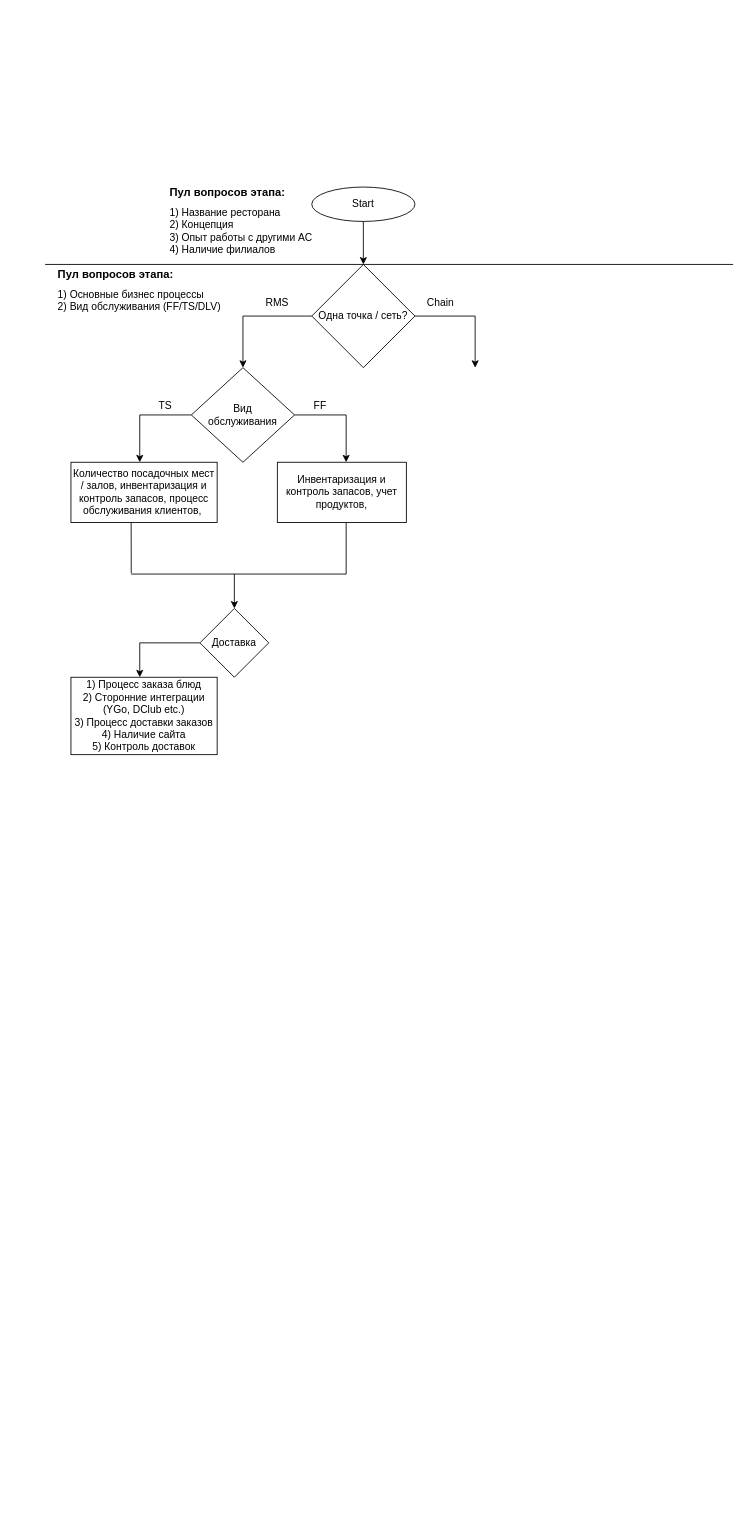
This is Диаграмма без названия.drawio from Luckybuzzzz/multibit, a draw.io file, before an edit. Source tidied: cells renumbered, new cells numbered last; positions are measured from the earlier drawing's top-left corner, leaving out a move shared by most shapes. Both pictures are drawn from the tidied source at 86%, with x=0, y=0 at pixel (45, 187).
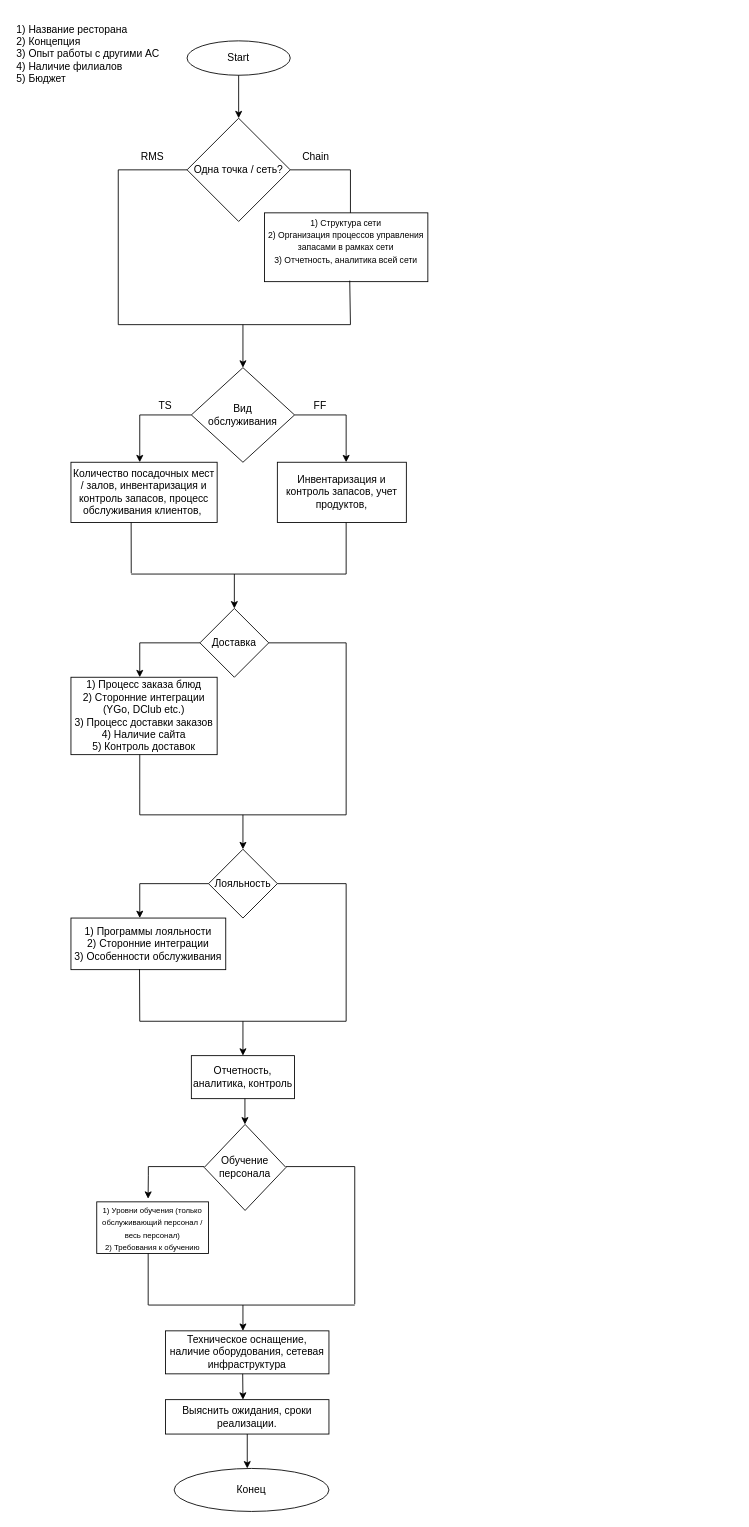
The same diagram, later.

Unchanged cells that the change refers to:
```xml
<mxCell id="10" value="Вид&lt;br&gt;обслуживания" style="rhombus;whiteSpace=wrap;html=1;" parent="1" vertex="1">
  <mxGeometry x="170" y="210" width="120" height="110" as="geometry" />
</mxCell>
<mxCell id="23" value="Доставка" style="rhombus;whiteSpace=wrap;html=1;" parent="1" vertex="1">
  <mxGeometry x="180" y="490" width="80" height="80" as="geometry" />
</mxCell>
```

What changed in the source:
```diff
@@
     <mxCell id="2" value="Start" style="ellipse;whiteSpace=wrap;html=1;" parent="1" vertex="1">
-      <mxGeometry x="310" width="120" height="40" as="geometry" />
+      <mxGeometry x="165" y="-170" width="120" height="40" as="geometry" />
     </mxCell>
@@
     <mxCell id="4" value="Одна точка / сеть?" style="rhombus;whiteSpace=wrap;html=1;" parent="1" vertex="1">
-      <mxGeometry x="310" y="90" width="120" height="120" as="geometry" />
+      <mxGeometry x="165" y="-80" width="120" height="120" as="geometry" />
     </mxCell>
     <mxCell id="5" style="endArrow=classic;html=1;rounded=0;exitX=1;exitY=0.5;exitDx=0;exitDy=0;" parent="1" edge="1" source="4">
       <mxGeometry relative="1" as="geometry">
-        <mxPoint x="500" y="210" as="targetPoint" />
+        <mxPoint x="355" y="40" as="targetPoint" />
         <Array as="points">
-          <mxPoint x="500" y="150" />
+          <mxPoint x="355" y="-20" />
         </Array>
       </mxGeometry>
     </mxCell>
-    <mxCell id="6" style="endArrow=classic;html=1;rounded=0;exitX=0;exitY=0.5;exitDx=0;exitDy=0;" parent="1" edge="1" source="4">
-      <mxGeometry relative="1" as="geometry">
-        <mxPoint x="230" y="210" as="targetPoint" />
-        <Array as="points">
-          <mxPoint x="230" y="150" />
-        </Array>
-      </mxGeometry>
-    </mxCell>
     <mxCell id="7" value="RMS" style="text;html=1;strokeColor=none;fillColor=none;align=center;verticalAlign=middle;whiteSpace=wrap;rounded=0;" parent="1" vertex="1">
-      <mxGeometry x="240" y="120" width="60" height="30" as="geometry" />
+      <mxGeometry x="95" y="-50" width="60" height="30" as="geometry" />
     </mxCell>
     <mxCell id="8" value="Chain" style="text;html=1;strokeColor=none;fillColor=none;align=center;verticalAlign=middle;whiteSpace=wrap;rounded=0;" parent="1" vertex="1">
-      <mxGeometry x="430" y="120" width="60" height="30" as="geometry" />
+      <mxGeometry x="285" y="-50" width="60" height="30" as="geometry" />
     </mxCell>
@@
-    <mxCell id="13" value="&lt;h1 style=&quot;font-size: 13px;&quot;&gt;Пул вопросов этапа:&lt;/h1&gt;&lt;div&gt;1) Название ресторана&lt;/div&gt;&lt;div&gt;2) Концепция&lt;/div&gt;&lt;div&gt;3) Опыт работы с другими АС&lt;/div&gt;&lt;div&gt;4) Наличие филиалов&lt;/div&gt;" style="text;html=1;strokeColor=none;fillColor=none;spacing=5;spacingTop=-20;whiteSpace=wrap;overflow=hidden;rounded=0;" parent="1" vertex="1">
-      <mxGeometry x="140" width="290" height="80" as="geometry" />
-    </mxCell>
-    <mxCell id="14" style="endArrow=none;html=1;rounded=0;" parent="1" edge="1">
-      <mxGeometry relative="1" as="geometry">
-        <mxPoint y="90" as="sourcePoint" />
-        <mxPoint x="800" y="90" as="targetPoint" />
-      </mxGeometry>
-    </mxCell>
-    <mxCell id="15" value="&lt;h1 style=&quot;font-size: 13px;&quot;&gt;Пул вопросов этапа:&lt;/h1&gt;&lt;div&gt;1) Основные бизнес процессы&lt;/div&gt;&lt;div&gt;2) Вид обслуживания (FF/TS/DLV)&lt;/div&gt;&lt;div&gt;&lt;br&gt;&lt;/div&gt;" style="text;html=1;strokeColor=none;fillColor=none;spacing=5;spacingTop=-20;whiteSpace=wrap;overflow=hidden;rounded=0;" parent="1" vertex="1">
-      <mxGeometry x="10" y="95" width="210" height="55" as="geometry" />
-    </mxCell>
@@
+    <mxCell id="26" style="endArrow=none;html=1;rounded=0;exitX=1;exitY=0.5;exitDx=0;exitDy=0;" parent="1" edge="1" source="23">
+      <mxGeometry relative="1" as="geometry">
+        <mxPoint x="350" y="730" as="targetPoint" />
+        <Array as="points">
+          <mxPoint x="350" y="530" />
+        </Array>
+      </mxGeometry>
+    </mxCell>
+    <mxCell id="27" style="endArrow=none;html=1;rounded=0;exitX=0.5;exitY=1;exitDx=0;exitDy=0;" parent="1" edge="1">
+      <mxGeometry relative="1" as="geometry">
+        <mxPoint x="110" y="660" as="sourcePoint" />
+        <mxPoint x="110" y="730" as="targetPoint" />
+        <Array as="points">
+          <mxPoint x="110" y="700" />
+        </Array>
+      </mxGeometry>
+    </mxCell>
+    <mxCell id="28" style="endArrow=none;html=1;rounded=0;" parent="1" edge="1">
+      <mxGeometry relative="1" as="geometry">
+        <mxPoint x="110" y="730" as="sourcePoint" />
+        <mxPoint x="350" y="730" as="targetPoint" />
+      </mxGeometry>
+    </mxCell>
+    <mxCell id="29" style="endArrow=classic;html=1;rounded=0;" parent="1" edge="1">
+      <mxGeometry relative="1" as="geometry">
+        <mxPoint x="230" y="730" as="sourcePoint" />
+        <mxPoint x="230" y="770" as="targetPoint" />
+      </mxGeometry>
+    </mxCell>
+    <mxCell id="30" value="Лояльность" style="rhombus;whiteSpace=wrap;html=1;" parent="1" vertex="1">
+      <mxGeometry x="190" y="770" width="80" height="80" as="geometry" />
+    </mxCell>
+    <mxCell id="31" style="endArrow=classic;html=1;rounded=0;exitX=0;exitY=0.5;exitDx=0;exitDy=0;" parent="1" edge="1" source="30">
+      <mxGeometry relative="1" as="geometry">
+        <mxPoint x="110" y="850" as="targetPoint" />
+        <Array as="points">
+          <mxPoint x="110" y="810" />
+        </Array>
+      </mxGeometry>
+    </mxCell>
+    <mxCell id="32" value="1) Программы лояльности&lt;br&gt;2) Сторонние интеграции&lt;br&gt;3) Особенности обслуживания" style="rounded=0;whiteSpace=wrap;html=1;" parent="1" vertex="1">
+      <mxGeometry x="30" y="850" width="180" height="60" as="geometry" />
+    </mxCell>
+    <mxCell id="33" style="endArrow=none;html=1;rounded=0;exitX=1;exitY=0.5;exitDx=0;exitDy=0;" parent="1" edge="1">
+      <mxGeometry relative="1" as="geometry">
+        <mxPoint x="270" y="810" as="sourcePoint" />
+        <mxPoint x="350" y="970" as="targetPoint" />
+        <Array as="points">
+          <mxPoint x="350" y="810" />
+        </Array>
+      </mxGeometry>
+    </mxCell>
+    <mxCell id="34" style="endArrow=none;html=1;rounded=0;" parent="1" edge="1">
+      <mxGeometry relative="1" as="geometry">
+        <mxPoint x="110" y="970" as="sourcePoint" />
+        <mxPoint x="350" y="970" as="targetPoint" />
+      </mxGeometry>
+    </mxCell>
+    <mxCell id="35" style="endArrow=none;html=1;rounded=0;entryX=0.443;entryY=0.989;entryDx=0;entryDy=0;entryPerimeter=0;" parent="1" edge="1" target="32">
+      <mxGeometry relative="1" as="geometry">
+        <mxPoint x="110" y="970" as="sourcePoint" />
+      </mxGeometry>
+    </mxCell>
+    <mxCell id="36" style="endArrow=classic;html=1;rounded=0;" parent="1" edge="1">
+      <mxGeometry relative="1" as="geometry">
+        <mxPoint x="230" y="970" as="sourcePoint" />
+        <mxPoint x="230" y="1010" as="targetPoint" />
+      </mxGeometry>
+    </mxCell>
+    <mxCell id="37" value="Отчетность, аналитика, контроль" style="rounded=0;whiteSpace=wrap;html=1;" parent="1" vertex="1">
+      <mxGeometry x="170" y="1010" width="120" height="50" as="geometry" />
+    </mxCell>
+    <mxCell id="38" style="edgeStyle=orthogonalEdgeStyle;rounded=0;orthogonalLoop=1;jettySize=auto;html=1;exitX=0.5;exitY=1;exitDx=0;exitDy=0;" parent="1" edge="1" source="37" target="37">
+      <mxGeometry relative="1" as="geometry" />
+    </mxCell>
+    <mxCell id="39" style="endArrow=classic;html=1;rounded=0;exitX=0.5;exitY=1;exitDx=0;exitDy=0;" parent="1" edge="1">
+      <mxGeometry relative="1" as="geometry">
+        <mxPoint x="232.3" y="1060" as="sourcePoint" />
+        <mxPoint x="232.3" y="1090" as="targetPoint" />
+      </mxGeometry>
+    </mxCell>
+    <mxCell id="40" value="Обучение персонала" style="rhombus;whiteSpace=wrap;html=1;" parent="1" vertex="1">
+      <mxGeometry x="185" y="1090" width="95" height="100" as="geometry" />
+    </mxCell>
+    <mxCell id="41" style="endArrow=classic;html=1;rounded=0;exitX=0;exitY=0.5;exitDx=0;exitDy=0;entryX=0.414;entryY=-0.044;entryDx=0;entryDy=0;entryPerimeter=0;" parent="1" edge="1">
+      <mxGeometry relative="1" as="geometry">
+        <mxPoint x="185" y="1139" as="sourcePoint" />
+        <mxPoint x="119.7" y="1176.4" as="targetPoint" />
+        <Array as="points">
+          <mxPoint x="120" y="1139" />
+          <mxPoint x="120" y="1149" />
+        </Array>
+      </mxGeometry>
+    </mxCell>
+    <mxCell id="42" value="&lt;font style=&quot;font-size: 9px;&quot;&gt;1) Уровни обучения (только обслуживающий персонал / весь персонал)&lt;br&gt;2) Требования к обучению&lt;br&gt;&lt;/font&gt;" style="rounded=0;whiteSpace=wrap;html=1;" parent="1" vertex="1">
+      <mxGeometry x="60" y="1180" width="130" height="60" as="geometry" />
+    </mxCell>
+    <mxCell id="43" style="endArrow=none;html=1;rounded=0;exitX=1;exitY=0.5;exitDx=0;exitDy=0;" parent="1" edge="1">
+      <mxGeometry relative="1" as="geometry">
+        <mxPoint x="280" y="1139" as="sourcePoint" />
+        <mxPoint x="360" y="1299" as="targetPoint" />
+        <Array as="points">
+          <mxPoint x="360" y="1139" />
+        </Array>
+      </mxGeometry>
+    </mxCell>
+    <mxCell id="44" style="endArrow=none;html=1;rounded=0;entryX=0.5;entryY=1;entryDx=0;entryDy=0;" parent="1" edge="1">
+      <mxGeometry relative="1" as="geometry">
+        <mxPoint x="119.8" y="1300" as="sourcePoint" />
+        <mxPoint x="119.8" y="1240" as="targetPoint" />
+      </mxGeometry>
+    </mxCell>
+    <mxCell id="45" style="endArrow=none;html=1;rounded=0;" parent="1" edge="1">
+      <mxGeometry relative="1" as="geometry">
+        <mxPoint x="360" y="1300" as="sourcePoint" />
+        <mxPoint x="120" y="1300" as="targetPoint" />
+      </mxGeometry>
+    </mxCell>
+    <mxCell id="46" style="endArrow=classic;html=1;rounded=0;" parent="1" edge="1">
+      <mxGeometry relative="1" as="geometry">
+        <mxPoint x="230" y="1300" as="sourcePoint" />
+        <mxPoint x="230" y="1330" as="targetPoint" />
+      </mxGeometry>
+    </mxCell>
+    <mxCell id="47" value="Техническое оснащение, наличие оборудования, сетевая инфраструктура" style="rounded=0;whiteSpace=wrap;html=1;" parent="1" vertex="1">
+      <mxGeometry x="140" y="1330" width="190" height="50" as="geometry" />
+    </mxCell>
+    <mxCell id="48" style="endArrow=classic;html=1;rounded=0;exitX=0.5;exitY=1;exitDx=0;exitDy=0;" parent="1" edge="1">
+      <mxGeometry relative="1" as="geometry">
+        <mxPoint x="229.7" y="1380" as="sourcePoint" />
+        <mxPoint x="230" y="1410" as="targetPoint" />
+      </mxGeometry>
+    </mxCell>
+    <mxCell id="49" value="Выяснить ожидания, сроки реализации." style="rounded=0;whiteSpace=wrap;html=1;" parent="1" vertex="1">
+      <mxGeometry x="140" y="1410" width="190" height="40" as="geometry" />
+    </mxCell>
+    <mxCell id="50" style="endArrow=classic;html=1;rounded=0;exitX=0.5;exitY=1;exitDx=0;exitDy=0;" parent="1" edge="1" source="49">
+      <mxGeometry relative="1" as="geometry">
+        <mxPoint x="235" y="1490" as="targetPoint" />
+      </mxGeometry>
+    </mxCell>
+    <mxCell id="51" value="Конец" style="ellipse;whiteSpace=wrap;html=1;" parent="1" vertex="1">
+      <mxGeometry x="150" y="1490" width="180" height="50" as="geometry" />
+    </mxCell>
+    <mxCell id="52" style="endArrow=none;html=1;rounded=0;entryX=0;entryY=0.5;entryDx=0;entryDy=0;" parent="1" edge="1" target="4">
+      <mxGeometry relative="1" as="geometry">
+        <mxPoint x="85" y="160" as="sourcePoint" />
+        <Array as="points">
+          <mxPoint x="85" y="-20" />
+        </Array>
+      </mxGeometry>
+    </mxCell>
+    <mxCell id="53" style="endArrow=none;html=1;rounded=0;" parent="1" edge="1">
+      <mxGeometry relative="1" as="geometry">
+        <mxPoint x="85" y="160" as="sourcePoint" />
+        <mxPoint x="355" y="160" as="targetPoint" />
+      </mxGeometry>
+    </mxCell>
+    <mxCell id="54" value="&lt;font size=&quot;1&quot;&gt;1) Структура сети&lt;br&gt;2) Организация процессов управления запасами в рамках сети&lt;br&gt;3) Отчетность, аналитика всей сети&lt;br&gt;&lt;br&gt;&lt;/font&gt;" style="rounded=0;whiteSpace=wrap;html=1;" parent="1" vertex="1">
+      <mxGeometry x="255" y="30" width="190" height="80" as="geometry" />
+    </mxCell>
+    <mxCell id="55" style="endArrow=classic;html=1;rounded=0;entryX=0.5;entryY=0;entryDx=0;entryDy=0;" parent="1" edge="1" target="10">
+      <mxGeometry relative="1" as="geometry">
+        <mxPoint x="230" y="160" as="sourcePoint" />
+      </mxGeometry>
+    </mxCell>
+    <mxCell id="56" style="endArrow=none;html=1;rounded=0;entryX=0.522;entryY=0.985;entryDx=0;entryDy=0;entryPerimeter=0;" parent="1" edge="1" target="54">
+      <mxGeometry relative="1" as="geometry">
+        <mxPoint x="355" y="160" as="sourcePoint" />
+      </mxGeometry>
+    </mxCell>
+    <mxCell id="57" value="&lt;div style=&quot;&quot;&gt;1) Название ресторана&lt;/div&gt;&lt;div&gt;2) Концепция&lt;/div&gt;&lt;div&gt;3) Опыт работы с другими АС&lt;/div&gt;&lt;div&gt;4) Наличие филиалов&lt;/div&gt;&lt;div&gt;5) Бюджет&lt;/div&gt;" style="text;html=1;strokeColor=none;fillColor=none;align=left;verticalAlign=middle;whiteSpace=wrap;rounded=0;" parent="1" vertex="1">
+      <mxGeometry x="-35" y="-200" width="170" height="90" as="geometry" />
+    </mxCell>
```
